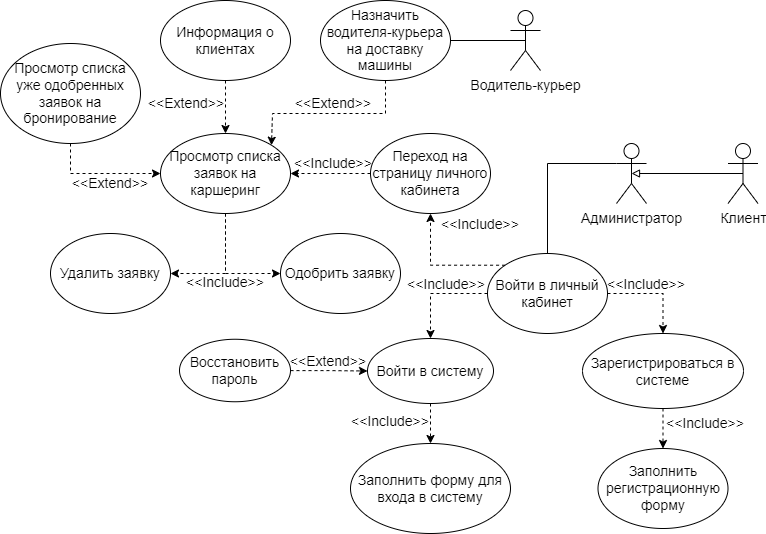
plnppt/Programming-technologies-project keeps this draw.io diagram as Diagrams/Диаграмма прецедентов (Use-case diagram)/Use Case-Администратор.drawio.png. Above is the earlier version. Source tidied: cells renumbered, new cells last; positions are measured from the earlier drawing's top-left corner, leaving out a move shared by most shapes.
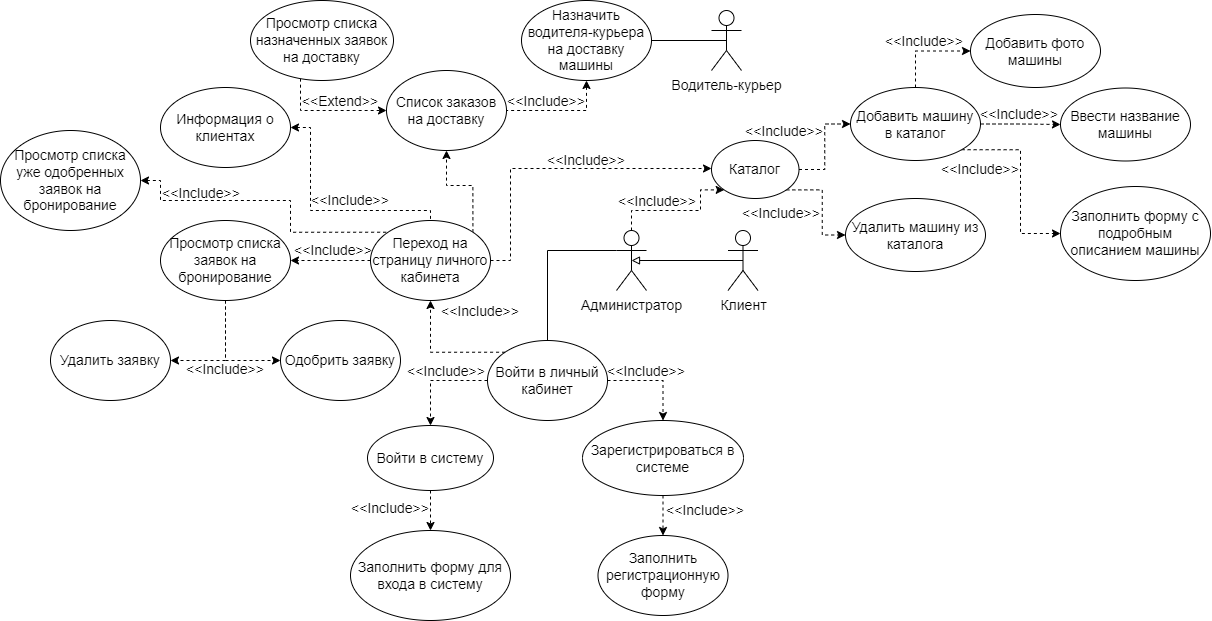
Later version of the same file.

The edit, as a diff of the source:
```diff
@@ -5,6 +5,14 @@
     <mxCell id="2" style="edgeStyle=orthogonalEdgeStyle;rounded=0;jettySize=auto;html=1;exitX=0;exitY=0.3333333333333333;exitDx=0;exitDy=0;exitPerimeter=0;entryX=0.5;entryY=0;entryDx=0;entryDy=0;fontSize=14;startArrow=none;startFill=0;endArrow=none;endFill=0;" parent="1" edge="1" source="3" target="6">
       <mxGeometry relative="1" as="geometry" />
     </mxCell>
+    <mxCell id="44" style="edgeStyle=orthogonalEdgeStyle;rounded=0;jettySize=auto;html=1;entryX=0;entryY=1;entryDx=0;entryDy=0;dashed=1;" parent="1" edge="1" source="3" target="52">
+      <mxGeometry relative="1" as="geometry">
+        <Array as="points">
+          <mxPoint x="631" y="123" />
+          <mxPoint x="700" y="123" />
+        </Array>
+      </mxGeometry>
+    </mxCell>
     <mxCell id="3" value="Администратор" style="shape=umlActor;verticalLabelPosition=bottom;verticalAlign=top;html=1;outlineConnect=0;fontSize=14;" parent="1" vertex="1">
       <mxGeometry x="616" y="143" width="30" height="60" as="geometry" />
     </mxCell>
@@ -55,6 +63,17 @@
     <mxCell id="18" style="edgeStyle=orthogonalEdgeStyle;rounded=0;jettySize=auto;html=1;exitX=0;exitY=0.5;exitDx=0;exitDy=0;entryX=1;entryY=0.5;entryDx=0;entryDy=0;dashed=1;fontSize=14;startArrow=none;startFill=0;endArrow=classic;endFill=1;" parent="1" edge="1" source="19" target="22">
       <mxGeometry relative="1" as="geometry" />
     </mxCell>
+    <mxCell id="45" style="edgeStyle=orthogonalEdgeStyle;rounded=0;jettySize=auto;html=1;exitX=1;exitY=0;exitDx=0;exitDy=0;entryX=0.5;entryY=1;entryDx=0;entryDy=0;dashed=1;" parent="1" edge="1" source="19" target="47">
+      <mxGeometry relative="1" as="geometry" />
+    </mxCell>
+    <mxCell id="46" style="edgeStyle=orthogonalEdgeStyle;rounded=0;jettySize=auto;html=1;entryX=0;entryY=0.5;entryDx=0;entryDy=0;dashed=1;" parent="1" edge="1" source="19" target="52">
+      <mxGeometry relative="1" as="geometry">
+        <Array as="points">
+          <mxPoint x="510" y="173" />
+          <mxPoint x="510" y="81" />
+        </Array>
+      </mxGeometry>
+    </mxCell>
     <mxCell id="19" value="Переход на страницу личного кабинета" style="ellipse;whiteSpace=wrap;html=1;fontSize=14;" parent="1" vertex="1">
       <mxGeometry x="370" y="133" width="120" height="80" as="geometry" />
     </mxCell>
@@ -64,7 +83,7 @@
     <mxCell id="21" style="edgeStyle=orthogonalEdgeStyle;rounded=0;jettySize=auto;html=1;exitX=0.5;exitY=1;exitDx=0;exitDy=0;entryX=1;entryY=0.5;entryDx=0;entryDy=0;dashed=1;fontSize=14;startArrow=none;startFill=0;endArrow=classic;endFill=1;" parent="1" edge="1" source="22" target="25">
       <mxGeometry relative="1" as="geometry" />
     </mxCell>
-    <mxCell id="22" value="Просмотр списка заявок на каршеринг" style="ellipse;whiteSpace=wrap;html=1;fontSize=14;" parent="1" vertex="1">
+    <mxCell id="22" value="Просмотр списка заявок на бронирование" style="ellipse;whiteSpace=wrap;html=1;fontSize=14;" parent="1" vertex="1">
       <mxGeometry x="160" y="133" width="130" height="80" as="geometry" />
     </mxCell>
     <mxCell id="23" value="&amp;lt;&amp;lt;Include&amp;gt;&amp;gt;" style="text;html=1;strokeColor=none;fillColor=none;align=center;verticalAlign=middle;whiteSpace=wrap;rounded=0;fontSize=14;" parent="1" vertex="1">
@@ -88,11 +107,10 @@
     <mxCell id="29" value="&amp;lt;&amp;lt;Include&amp;gt;&amp;gt;" style="text;html=1;strokeColor=none;fillColor=none;align=center;verticalAlign=middle;whiteSpace=wrap;rounded=0;fontSize=14;" parent="1" vertex="1">
       <mxGeometry x="195" y="267" width="60" height="30" as="geometry" />
     </mxCell>
-    <mxCell id="30" style="edgeStyle=orthogonalEdgeStyle;rounded=0;jettySize=auto;html=1;entryX=1;entryY=0;entryDx=0;entryDy=0;dashed=1;fontSize=14;startArrow=none;startFill=0;endArrow=classic;endFill=1;" parent="1" edge="1" source="32" target="22">
+    <mxCell id="30" style="edgeStyle=orthogonalEdgeStyle;rounded=0;jettySize=auto;html=1;entryX=1;entryY=0.5;entryDx=0;entryDy=0;dashed=1;fontSize=14;startArrow=classic;startFill=1;endArrow=none;endFill=0;" parent="1" edge="1" source="32" target="47">
       <mxGeometry relative="1" as="geometry">
         <Array as="points">
-          <mxPoint x="385" y="113" />
-          <mxPoint x="272" y="113" />
+          <mxPoint x="586" y="23" />
         </Array>
       </mxGeometry>
     </mxCell>
@@ -100,42 +118,114 @@
       <mxGeometry relative="1" as="geometry" />
     </mxCell>
     <mxCell id="32" value="Назначить водителя-курьера на доставку машины" style="ellipse;whiteSpace=wrap;html=1;fontSize=14;" parent="1" vertex="1">
-      <mxGeometry x="320" width="130" height="80" as="geometry" />
+      <mxGeometry x="521" y="-87" width="130" height="80" as="geometry" />
     </mxCell>
-    <mxCell id="33" value="&amp;lt;&amp;lt;Extend&amp;gt;&amp;gt;" style="text;html=1;strokeColor=none;fillColor=none;align=center;verticalAlign=middle;whiteSpace=wrap;rounded=0;fontSize=14;" parent="1" vertex="1">
-      <mxGeometry x="303" y="88" width="60" height="30" as="geometry" />
+    <mxCell id="33" value="&amp;lt;&amp;lt;Include&amp;gt;&amp;gt;" style="text;html=1;strokeColor=none;fillColor=none;align=center;verticalAlign=middle;whiteSpace=wrap;rounded=0;fontSize=14;" parent="1" vertex="1">
+      <mxGeometry x="516" y="-1" width="60" height="30" as="geometry" />
     </mxCell>
     <mxCell id="34" value="Водитель-курьер" style="shape=umlActor;verticalLabelPosition=bottom;verticalAlign=top;html=1;outlineConnect=0;fontSize=14;" parent="1" vertex="1">
-      <mxGeometry x="510" y="10" width="30" height="60" as="geometry" />
+      <mxGeometry x="711" y="-77" width="30" height="60" as="geometry" />
     </mxCell>
-    <mxCell id="35" style="edgeStyle=orthogonalEdgeStyle;rounded=0;jettySize=auto;html=1;entryX=0;entryY=0.5;entryDx=0;entryDy=0;fontSize=14;startArrow=none;startFill=0;endArrow=classic;endFill=1;dashed=1;" parent="1" edge="1" source="36">
-      <mxGeometry relative="1" as="geometry">
-        <mxPoint x="367" y="370.5" as="targetPoint" />
-      </mxGeometry>
-    </mxCell>
-    <mxCell id="36" value="Восстановить пароль" style="ellipse;whiteSpace=wrap;html=1;fontSize=14;" parent="1" vertex="1">
-      <mxGeometry x="179" y="338.8" width="111" height="62.5" as="geometry" />
-    </mxCell>
-    <mxCell id="37" value="&amp;lt;&amp;lt;Extend&amp;gt;&amp;gt;" style="text;html=1;strokeColor=none;fillColor=none;align=center;verticalAlign=middle;whiteSpace=wrap;rounded=0;fontSize=14;" parent="1" vertex="1">
-      <mxGeometry x="298" y="346" width="60" height="30" as="geometry" />
-    </mxCell>
-    <mxCell id="38" style="edgeStyle=orthogonalEdgeStyle;rounded=0;jettySize=auto;html=1;entryX=0.5;entryY=0;entryDx=0;entryDy=0;dashed=1;" parent="1" edge="1" source="39" target="22">
-      <mxGeometry relative="1" as="geometry" />
+    <mxCell id="38" style="edgeStyle=orthogonalEdgeStyle;rounded=0;jettySize=auto;html=1;entryX=0.5;entryY=0;entryDx=0;entryDy=0;dashed=1;startArrow=classic;startFill=1;endArrow=none;endFill=0;" parent="1" edge="1" source="39" target="19">
+      <mxGeometry relative="1" as="geometry">
+        <Array as="points">
+          <mxPoint x="310" y="40" />
+          <mxPoint x="310" y="123" />
+          <mxPoint x="430" y="123" />
+        </Array>
+      </mxGeometry>
     </mxCell>
     <mxCell id="39" value="Информация о клиентах" style="ellipse;whiteSpace=wrap;html=1;fontSize=14;" parent="1" vertex="1">
       <mxGeometry x="160" width="130" height="80" as="geometry" />
     </mxCell>
-    <mxCell id="40" style="edgeStyle=orthogonalEdgeStyle;rounded=0;jettySize=auto;html=1;entryX=0;entryY=0.5;entryDx=0;entryDy=0;exitX=0.5;exitY=1;exitDx=0;exitDy=0;dashed=1;" parent="1" edge="1" source="41" target="22">
-      <mxGeometry relative="1" as="geometry" />
+    <mxCell id="40" style="edgeStyle=orthogonalEdgeStyle;rounded=0;jettySize=auto;html=1;entryX=0;entryY=0;entryDx=0;entryDy=0;exitX=1;exitY=0.5;exitDx=0;exitDy=0;dashed=1;endArrow=none;endFill=0;startArrow=classic;startFill=1;" parent="1" edge="1" source="41" target="19">
+      <mxGeometry relative="1" as="geometry">
+        <Array as="points">
+          <mxPoint x="160" y="93" />
+          <mxPoint x="160" y="113" />
+          <mxPoint x="290" y="113" />
+          <mxPoint x="290" y="145" />
+        </Array>
+      </mxGeometry>
     </mxCell>
     <mxCell id="41" value="Просмотр списка уже одобренных заявок на бронирование" style="ellipse;whiteSpace=wrap;html=1;fontSize=14;" parent="1" vertex="1">
       <mxGeometry y="43" width="140" height="100" as="geometry" />
     </mxCell>
-    <mxCell id="42" value="&lt;font style=&quot;font-size: 14px;&quot;&gt;&amp;lt;&amp;lt;Extend&amp;gt;&amp;gt;&lt;/font&gt;" style="text;html=1;strokeColor=none;fillColor=none;align=center;verticalAlign=middle;whiteSpace=wrap;rounded=0;" parent="1" vertex="1">
-      <mxGeometry x="80" y="168" width="60" height="30" as="geometry" />
+    <mxCell id="42" value="&lt;font style=&quot;font-size: 14px;&quot;&gt;&amp;lt;&amp;lt;Include&amp;gt;&amp;gt;&lt;/font&gt;" style="text;html=1;strokeColor=none;fillColor=none;align=center;verticalAlign=middle;whiteSpace=wrap;rounded=0;" parent="1" vertex="1">
+      <mxGeometry x="171" y="91" width="60" height="30" as="geometry" />
     </mxCell>
-    <mxCell id="43" value="&lt;font style=&quot;font-size: 14px;&quot;&gt;&amp;lt;&amp;lt;Extend&amp;gt;&amp;gt;&lt;/font&gt;" style="text;html=1;strokeColor=none;fillColor=none;align=center;verticalAlign=middle;whiteSpace=wrap;rounded=0;" parent="1" vertex="1">
-      <mxGeometry x="156" y="88" width="60" height="30" as="geometry" />
+    <mxCell id="43" value="&lt;font style=&quot;font-size: 14px;&quot;&gt;&amp;lt;&amp;lt;Include&amp;gt;&amp;gt;&lt;/font&gt;" style="text;html=1;strokeColor=none;fillColor=none;align=center;verticalAlign=middle;whiteSpace=wrap;rounded=0;" parent="1" vertex="1">
+      <mxGeometry x="320" y="98" width="60" height="30" as="geometry" />
     </mxCell>
+    <mxCell id="47" value="&lt;font style=&quot;font-size: 14px;&quot;&gt;Список заказов на доставку&lt;/font&gt;" style="ellipse;whiteSpace=wrap;html=1;" parent="1" vertex="1">
+      <mxGeometry x="386" y="-17" width="120" height="80" as="geometry" />
+    </mxCell>
+    <mxCell id="48" style="edgeStyle=orthogonalEdgeStyle;rounded=0;jettySize=auto;html=1;entryX=0;entryY=0.5;entryDx=0;entryDy=0;dashed=1;" parent="1" edge="1" source="49" target="47">
+      <mxGeometry relative="1" as="geometry">
+        <Array as="points">
+          <mxPoint x="300" y="23" />
+        </Array>
+      </mxGeometry>
+    </mxCell>
+    <mxCell id="49" value="Просмотр списка назначенных заявок на доставку" style="ellipse;whiteSpace=wrap;html=1;fontSize=14;" parent="1" vertex="1">
+      <mxGeometry x="250" y="-87" width="143" height="80" as="geometry" />
+    </mxCell>
+    <mxCell id="37" value="&amp;lt;&amp;lt;Extend&amp;gt;&amp;gt;" style="text;html=1;strokeColor=none;fillColor=none;align=center;verticalAlign=middle;whiteSpace=wrap;rounded=0;fontSize=14;" parent="1" vertex="1">
+      <mxGeometry x="310" y="-1" width="60" height="30" as="geometry" />
+    </mxCell>
+    <mxCell id="50" style="edgeStyle=orthogonalEdgeStyle;rounded=0;jettySize=auto;html=1;entryX=0;entryY=0.5;entryDx=0;entryDy=0;dashed=1;" parent="1" edge="1" source="52" target="58">
+      <mxGeometry relative="1" as="geometry" />
+    </mxCell>
+    <mxCell id="51" style="edgeStyle=orthogonalEdgeStyle;rounded=0;jettySize=auto;html=1;exitX=1;exitY=1;exitDx=0;exitDy=0;entryX=0;entryY=0.5;entryDx=0;entryDy=0;dashed=1;" parent="1" edge="1" source="52" target="59">
+      <mxGeometry relative="1" as="geometry" />
+    </mxCell>
+    <mxCell id="52" value="&lt;font style=&quot;font-size: 14px;&quot;&gt;Каталог&lt;/font&gt;" style="ellipse;whiteSpace=wrap;html=1;" parent="1" vertex="1">
+      <mxGeometry x="711" y="53" width="87.5" height="58" as="geometry" />
+    </mxCell>
+    <mxCell id="53" value="&amp;lt;&amp;lt;Include&amp;gt;&amp;gt;" style="text;html=1;strokeColor=none;fillColor=none;align=center;verticalAlign=middle;whiteSpace=wrap;rounded=0;fontSize=14;" parent="1" vertex="1">
+      <mxGeometry x="556" y="58" width="60" height="30" as="geometry" />
+    </mxCell>
+    <mxCell id="54" value="&amp;lt;&amp;lt;Include&amp;gt;&amp;gt;" style="text;html=1;strokeColor=none;fillColor=none;align=center;verticalAlign=middle;whiteSpace=wrap;rounded=0;fontSize=14;" parent="1" vertex="1">
+      <mxGeometry x="626.5" y="99" width="60" height="30" as="geometry" />
+    </mxCell>
+    <mxCell id="55" style="edgeStyle=orthogonalEdgeStyle;rounded=0;jettySize=auto;html=1;entryX=0;entryY=0.5;entryDx=0;entryDy=0;dashed=1;" parent="1" edge="1" source="58" target="60">
+      <mxGeometry relative="1" as="geometry" />
+    </mxCell>
+    <mxCell id="56" style="edgeStyle=orthogonalEdgeStyle;rounded=0;jettySize=auto;html=1;entryX=0;entryY=0.5;entryDx=0;entryDy=0;dashed=1;" parent="1" edge="1" source="58" target="61">
+      <mxGeometry relative="1" as="geometry" />
+    </mxCell>
+    <mxCell id="57" style="edgeStyle=orthogonalEdgeStyle;rounded=0;jettySize=auto;html=1;exitX=1;exitY=1;exitDx=0;exitDy=0;entryX=0;entryY=0.5;entryDx=0;entryDy=0;dashed=1;" parent="1" edge="1" source="58" target="62">
+      <mxGeometry relative="1" as="geometry" />
+    </mxCell>
+    <mxCell id="58" value="&lt;font style=&quot;font-size: 14px;&quot;&gt;Добавить машину в каталог&lt;/font&gt;" style="ellipse;whiteSpace=wrap;html=1;" parent="1" vertex="1">
+      <mxGeometry x="850" width="130" height="73" as="geometry" />
+    </mxCell>
+    <mxCell id="59" value="&lt;font style=&quot;font-size: 14px;&quot;&gt;Удалить машину из каталога&lt;/font&gt;" style="ellipse;whiteSpace=wrap;html=1;" parent="1" vertex="1">
+      <mxGeometry x="845" y="111" width="140" height="73" as="geometry" />
+    </mxCell>
+    <mxCell id="60" value="&lt;font style=&quot;font-size: 14px;&quot;&gt;Добавить фото машины&lt;/font&gt;" style="ellipse;whiteSpace=wrap;html=1;" parent="1" vertex="1">
+      <mxGeometry x="970" y="-73" width="130" height="73" as="geometry" />
+    </mxCell>
+    <mxCell id="61" value="&lt;font style=&quot;font-size: 14px;&quot;&gt;Ввести название машины&lt;/font&gt;" style="ellipse;whiteSpace=wrap;html=1;" parent="1" vertex="1">
+      <mxGeometry x="1060" y="0.5" width="130" height="73" as="geometry" />
+    </mxCell>
+    <mxCell id="62" value="&lt;font style=&quot;font-size: 14px;&quot;&gt;Заполнить форму с подробным описанием машины&lt;/font&gt;" style="ellipse;whiteSpace=wrap;html=1;" parent="1" vertex="1">
+      <mxGeometry x="1060" y="99" width="150" height="94" as="geometry" />
+    </mxCell>
+    <mxCell id="63" value="&amp;lt;&amp;lt;Include&amp;gt;&amp;gt;" style="text;html=1;strokeColor=none;fillColor=none;align=center;verticalAlign=middle;whiteSpace=wrap;rounded=0;fontSize=14;" parent="1" vertex="1">
+      <mxGeometry x="753.5" y="29" width="60" height="30" as="geometry" />
+    </mxCell>
+    <mxCell id="64" value="&amp;lt;&amp;lt;Include&amp;gt;&amp;gt;" style="text;html=1;strokeColor=none;fillColor=none;align=center;verticalAlign=middle;whiteSpace=wrap;rounded=0;fontSize=14;" parent="1" vertex="1">
+      <mxGeometry x="750.5" y="111" width="60" height="30" as="geometry" />
+    </mxCell>
+    <mxCell id="65" value="&amp;lt;&amp;lt;Include&amp;gt;&amp;gt;" style="text;html=1;strokeColor=none;fillColor=none;align=center;verticalAlign=middle;whiteSpace=wrap;rounded=0;fontSize=14;" parent="1" vertex="1">
+      <mxGeometry x="894" y="-61" width="60" height="30" as="geometry" />
+    </mxCell>
+    <mxCell id="66" value="&amp;lt;&amp;lt;Include&amp;gt;&amp;gt;" style="text;html=1;strokeColor=none;fillColor=none;align=center;verticalAlign=middle;whiteSpace=wrap;rounded=0;fontSize=14;" parent="1" vertex="1">
+      <mxGeometry x="989" y="12" width="60" height="30" as="geometry" />
+    </mxCell>
+    <mxCell id="67" value="&amp;lt;&amp;lt;Include&amp;gt;&amp;gt;" style="text;html=1;strokeColor=none;fillColor=none;align=center;verticalAlign=middle;whiteSpace=wrap;rounded=0;fontSize=14;" parent="1" vertex="1">
+      <mxGeometry x="950" y="67" width="60" height="30" as="geometry" />
+    </mxCell>
   </root>
 </mxGraphModel>
```
